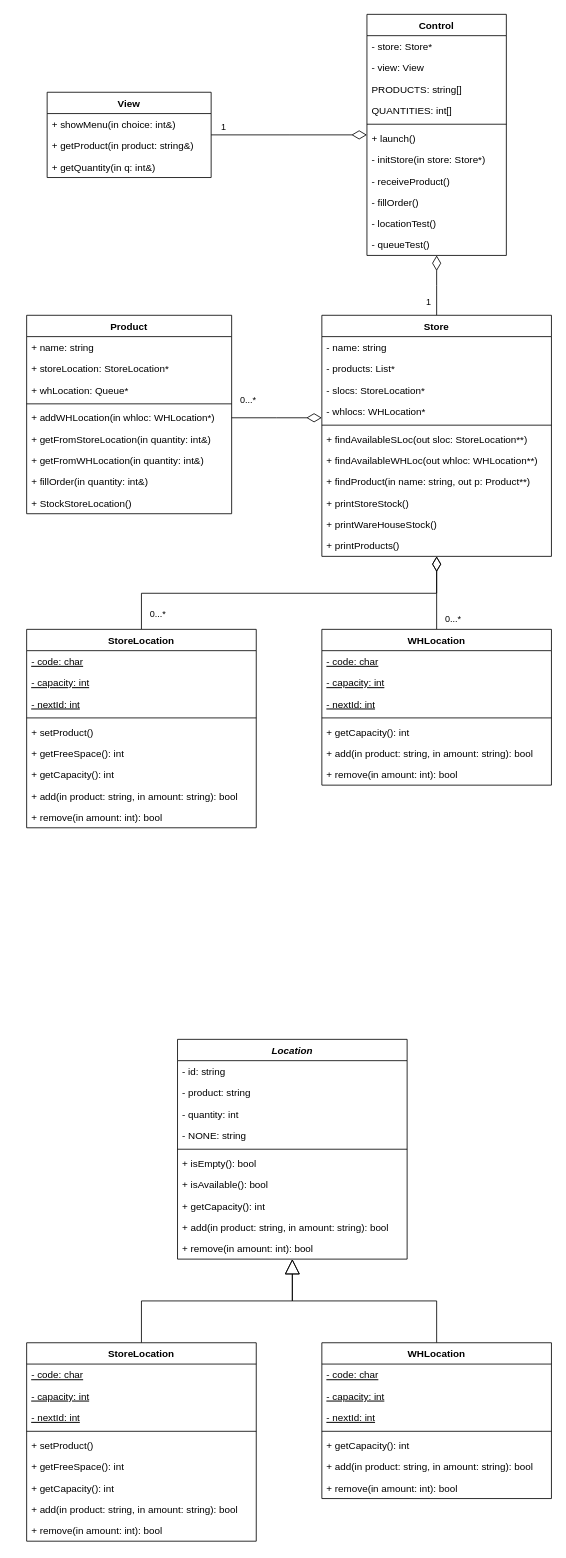
The draw.io diagram Assignments/assignment3/Assignment 3 UML diagram.drawio in EnbyMonkey/COMP-2404, before the edit. Source tidied: cells renumbered, new cells numbered last; positions are measured from the earlier drawing's top-left corner, leaving out a move shared by most shapes. Both pictures are drawn from the tidied source at 82%, with x=0, y=0 at pixel (26, 14).
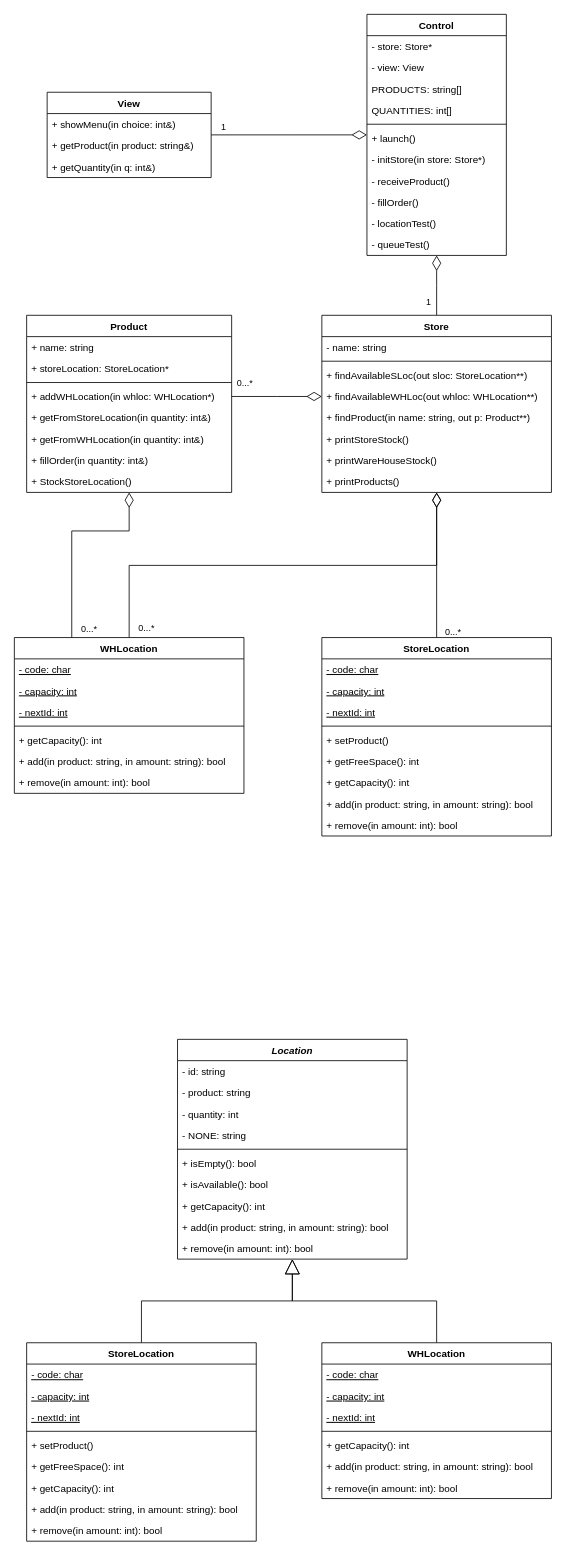
After the change.

Change to the diagram source:
```diff
@@
     <mxCell id="20" value="0...*" style="edgeStyle=elbowEdgeStyle;rounded=0;jettySize=auto;elbow=vertical;html=1;entryX=0.5;entryY=0;entryDx=0;entryDy=0;endArrow=none;endFill=0;endSize=16;startArrow=diamondThin;startFill=0;startSize=16;" parent="1" edge="1" source="22" target="57">
-      <mxGeometry x="0.74" y="20" relative="1" as="geometry" />
+      <mxGeometry x="0.96" y="21" relative="1" as="geometry" />
     </mxCell>
     <mxCell id="21" value="0...*" style="edgeStyle=elbowEdgeStyle;rounded=0;jettySize=auto;elbow=vertical;html=1;entryX=1;entryY=0.5;entryDx=0;entryDy=0;endArrow=none;endFill=0;endSize=16;startArrow=diamondThin;startFill=0;startSize=16;" parent="1" edge="1" source="22" target="70">
-      <mxGeometry x="0.64" y="-22" relative="1" as="geometry" />
+      <mxGeometry x="0.71" y="-16" relative="1" as="geometry" />
     </mxCell>
     <mxCell id="22" value="Store" style="swimlane;fontStyle=1;horizontal=1;startSize=26;" parent="1" vertex="1">
-      <mxGeometry x="360" y="367" width="280" height="294" as="geometry" />
+      <mxGeometry x="360" y="367" width="280" height="216" as="geometry" />
     </mxCell>
@@
-    <mxCell id="24" value="- products: List*" style="text;strokeColor=none;fillColor=none;align=left;verticalAlign=top;spacingLeft=4;spacingRight=4;overflow=hidden;" parent="22" vertex="1">
-      <mxGeometry y="52" width="280" height="26" as="geometry" />
-    </mxCell>
-    <mxCell id="25" value="- slocs: StoreLocation*" style="text;strokeColor=none;fillColor=none;align=left;verticalAlign=top;spacingLeft=4;spacingRight=4;overflow=hidden;" parent="22" vertex="1">
-      <mxGeometry y="78" width="280" height="26" as="geometry" />
-    </mxCell>
-    <mxCell id="26" value="- whlocs: WHLocation*" style="text;strokeColor=none;fillColor=none;align=left;verticalAlign=top;spacingLeft=4;spacingRight=4;overflow=hidden;" parent="22" vertex="1">
-      <mxGeometry y="104" width="280" height="26" as="geometry" />
-    </mxCell>
     <mxCell id="27" style="line;strokeWidth=1;fillColor=none;align=left;verticalAlign=middle;spacingTop=-1;spacingLeft=3;spacingRight=3;labelPosition=right;" parent="22" vertex="1">
-      <mxGeometry y="130" width="280" height="8" as="geometry" />
+      <mxGeometry y="52" width="280" height="8" as="geometry" />
     </mxCell>
     <mxCell id="28" value="+ findAvailableSLoc(out sloc: StoreLocation**)" style="text;strokeColor=none;fillColor=none;align=left;verticalAlign=top;spacingLeft=4;spacingRight=4;overflow=hidden;" parent="22" vertex="1">
-      <mxGeometry y="138" width="280" height="26" as="geometry" />
+      <mxGeometry y="60" width="280" height="26" as="geometry" />
     </mxCell>
     <mxCell id="29" value="+ findAvailableWHLoc(out whloc: WHLocation**)" style="text;strokeColor=none;fillColor=none;align=left;verticalAlign=top;spacingLeft=4;spacingRight=4;overflow=hidden;" parent="22" vertex="1">
-      <mxGeometry y="164" width="280" height="26" as="geometry" />
+      <mxGeometry y="86" width="280" height="26" as="geometry" />
     </mxCell>
     <mxCell id="30" value="+ findProduct(in name: string, out p: Product**)" style="text;strokeColor=none;fillColor=none;align=left;verticalAlign=top;spacingLeft=4;spacingRight=4;overflow=hidden;" parent="22" vertex="1">
-      <mxGeometry y="190" width="280" height="26" as="geometry" />
+      <mxGeometry y="112" width="280" height="26" as="geometry" />
     </mxCell>
     <mxCell id="31" value="+ printStoreStock()" style="text;strokeColor=none;fillColor=none;align=left;verticalAlign=top;spacingLeft=4;spacingRight=4;overflow=hidden;" parent="22" vertex="1">
-      <mxGeometry y="216" width="280" height="26" as="geometry" />
+      <mxGeometry y="138" width="280" height="26" as="geometry" />
     </mxCell>
     <mxCell id="32" value="+ printWareHouseStock()" style="text;strokeColor=none;fillColor=none;align=left;verticalAlign=top;spacingLeft=4;spacingRight=4;overflow=hidden;" parent="22" vertex="1">
-      <mxGeometry y="242" width="280" height="26" as="geometry" />
+      <mxGeometry y="164" width="280" height="26" as="geometry" />
     </mxCell>
     <mxCell id="33" value="+ printProducts()" style="text;strokeColor=none;fillColor=none;align=left;verticalAlign=top;spacingLeft=4;spacingRight=4;overflow=hidden;" parent="22" vertex="1">
-      <mxGeometry y="268" width="280" height="26" as="geometry" />
+      <mxGeometry y="190" width="280" height="26" as="geometry" />
     </mxCell>
@@
     <mxCell id="47" value="StoreLocation" style="swimlane;fontStyle=1;horizontal=1;startSize=26;" parent="1" vertex="1">
-      <mxGeometry y="750" width="280" height="242" as="geometry" />
+      <mxGeometry x="360" y="760" width="280" height="242" as="geometry" />
     </mxCell>
@@
     <mxCell id="57" value="WHLocation" style="swimlane;fontStyle=1;horizontal=1;startSize=26;" parent="1" vertex="1">
-      <mxGeometry x="360" y="750" width="280" height="190" as="geometry" />
+      <mxGeometry x="-15" y="760" width="280" height="190" as="geometry" />
     </mxCell>
@@
+    <mxCell id="94" value="0...*" style="edgeStyle=orthogonalEdgeStyle;rounded=0;jettySize=auto;html=1;entryX=0.25;entryY=0;entryDx=0;entryDy=0;startArrow=diamondThin;startFill=0;startSize=16;endArrow=none;endFill=0;" parent="1" edge="1" source="65" target="57">
+      <mxGeometry x="0.92" y="21" relative="1" as="geometry">
+        <Array as="points">
+          <mxPoint x="125" y="630" />
+          <mxPoint x="55" y="630" />
+        </Array>
+      </mxGeometry>
+    </mxCell>
     <mxCell id="65" value="Product" style="swimlane;fontStyle=1;horizontal=1;startSize=26;" parent="1" vertex="1">
-      <mxGeometry y="367" width="250" height="242" as="geometry" />
+      <mxGeometry y="367" width="250" height="216" as="geometry" />
     </mxCell>
@@
-    <mxCell id="68" value="+ whLocation: Queue*" style="text;strokeColor=none;fillColor=none;align=left;verticalAlign=top;spacingLeft=4;spacingRight=4;overflow=hidden;" parent="65" vertex="1">
-      <mxGeometry y="78" width="250" height="26" as="geometry" />
-    </mxCell>
     <mxCell id="69" style="line;strokeWidth=1;fillColor=none;align=left;verticalAlign=middle;spacingTop=-1;spacingLeft=3;spacingRight=3;labelPosition=right;" parent="65" vertex="1">
-      <mxGeometry y="104" width="250" height="8" as="geometry" />
+      <mxGeometry y="78" width="250" height="8" as="geometry" />
     </mxCell>
     <mxCell id="70" value="+ addWHLocation(in whloc: WHLocation*)" style="text;strokeColor=none;fillColor=none;align=left;verticalAlign=top;spacingLeft=4;spacingRight=4;overflow=hidden;points=[[0,0.5],[1,0.5]];portConstraint=eastwest;" parent="65" vertex="1">
-      <mxGeometry y="112" width="250" height="26" as="geometry" />
+      <mxGeometry y="86" width="250" height="26" as="geometry" />
     </mxCell>
     <mxCell id="71" value="+ getFromStoreLocation(in quantity: int&amp;)" style="text;strokeColor=none;fillColor=none;align=left;verticalAlign=top;spacingLeft=4;spacingRight=4;overflow=hidden;" parent="65" vertex="1">
-      <mxGeometry y="138" width="250" height="26" as="geometry" />
+      <mxGeometry y="112" width="250" height="26" as="geometry" />
     </mxCell>
     <mxCell id="72" value="+ getFromWHLocation(in quantity: int&amp;)" style="text;strokeColor=none;fillColor=none;align=left;verticalAlign=top;spacingLeft=4;spacingRight=4;overflow=hidden;" parent="65" vertex="1">
-      <mxGeometry y="164" width="250" height="26" as="geometry" />
+      <mxGeometry y="138" width="250" height="26" as="geometry" />
     </mxCell>
     <mxCell id="73" value="+ fillOrder(in quantity: int&amp;)" style="text;strokeColor=none;fillColor=none;align=left;verticalAlign=top;spacingLeft=4;spacingRight=4;overflow=hidden;" parent="65" vertex="1">
-      <mxGeometry y="190" width="250" height="26" as="geometry" />
+      <mxGeometry y="164" width="250" height="26" as="geometry" />
     </mxCell>
     <mxCell id="74" value="+ StockStoreLocation()" style="text;strokeColor=none;fillColor=none;align=left;verticalAlign=top;spacingLeft=4;spacingRight=4;overflow=hidden;" parent="65" vertex="1">
-      <mxGeometry y="216" width="250" height="26" as="geometry" />
+      <mxGeometry y="190" width="250" height="26" as="geometry" />
     </mxCell>
```
